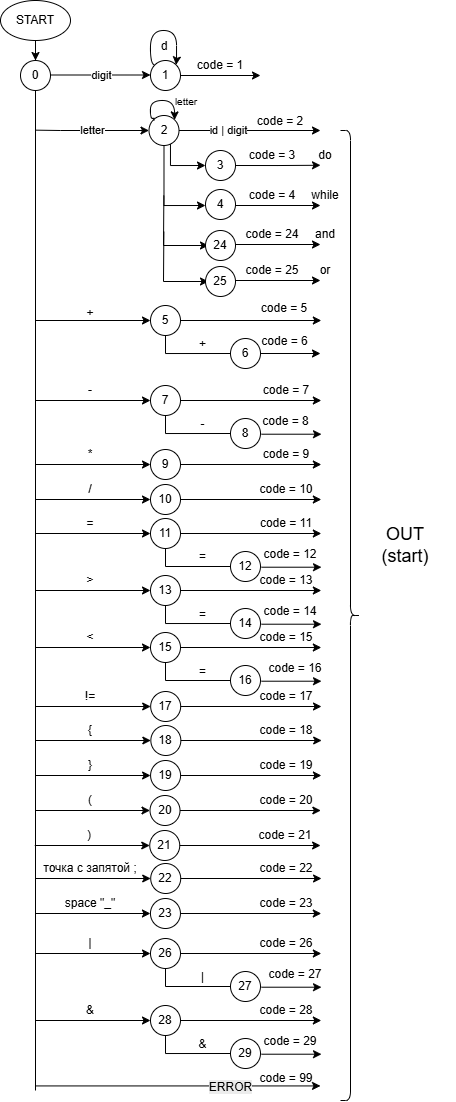
AlexandrVeiber/lab_TFYAK keeps this draw.io diagram as Screenshots/state_diagram1.png. Above is the earlier version. Source tidied: cells renumbered, new cells last; positions are measured from the earlier drawing's top-left corner, leaving out a move shared by most shapes.
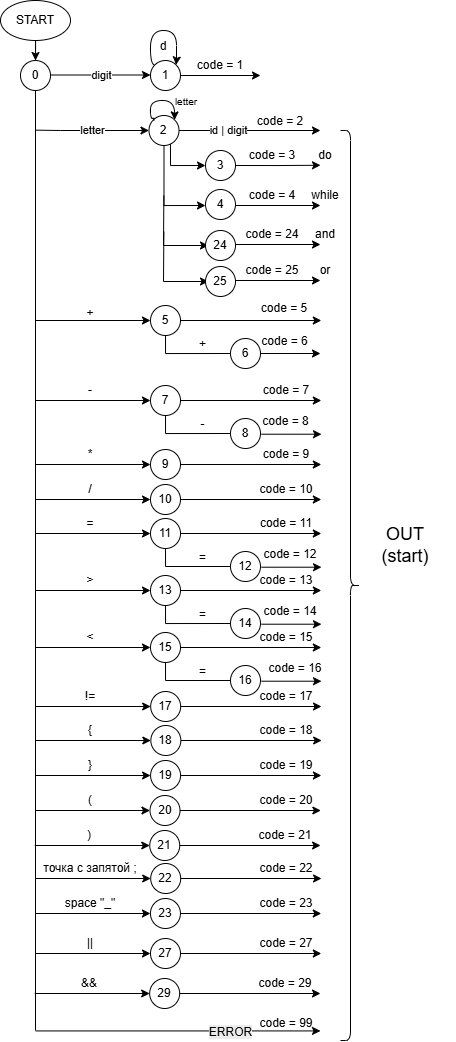
After the change.

The edit, as a diff of the source:
```diff
@@ -76,7 +76,7 @@
       <mxGeometry x="190" y="50" width="60" height="30" as="geometry" />
     </mxCell>
     <mxCell id="17" value="code = 99" style="text;html=1;whiteSpace=wrap;strokeColor=none;fillColor=none;align=center;verticalAlign=middle;rounded=0;" parent="1" vertex="1">
-      <mxGeometry x="256.1" y="1063" width="60" height="30" as="geometry" />
+      <mxGeometry x="256.1" y="1008" width="60" height="30" as="geometry" />
     </mxCell>
     <mxCell id="18" value="d" style="text;html=1;whiteSpace=wrap;strokeColor=none;fillColor=none;align=center;verticalAlign=middle;rounded=0;" parent="1" vertex="1">
       <mxGeometry x="133.5" y="31" width="60" height="30" as="geometry" />
@@ -97,7 +97,7 @@
     </mxCell>
     <mxCell id="22" style="endArrow=none;html=1;rounded=0;entryX=0.5;entryY=1;entryDx=0;entryDy=0;" parent="1" edge="1" target="4">
       <mxGeometry relative="1" as="geometry">
-        <mxPoint x="35" y="1090" as="sourcePoint" />
+        <mxPoint x="35" y="1030" as="sourcePoint" />
       </mxGeometry>
     </mxCell>
     <mxCell id="23" value="3" style="ellipse;whiteSpace=wrap;html=1;" parent="1" vertex="1">
@@ -550,8 +550,8 @@
     </mxCell>
     <mxCell id="127" style="endArrow=classic;html=1;rounded=0;" parent="1" edge="1">
       <mxGeometry relative="1" as="geometry">
-        <mxPoint x="35" y="1085.4" as="sourcePoint" />
-        <mxPoint x="320" y="1085.4" as="targetPoint" />
+        <mxPoint x="35" y="1030.4" as="sourcePoint" />
+        <mxPoint x="320" y="1030.4" as="targetPoint" />
       </mxGeometry>
     </mxCell>
     <mxCell id="128" value="&lt;span style=&quot;font-size: 12px; text-wrap-mode: wrap; background-color: rgb(236, 236, 236);&quot;&gt;ERROR&lt;/span&gt;" style="edgeLabel;html=1;align=center;verticalAlign=middle;" parent="127" vertex="1">
@@ -560,7 +560,7 @@
       </mxGeometry>
     </mxCell>
     <mxCell id="129" style="shape=curlyBracket;whiteSpace=wrap;html=1;rounded=1;flipH=1;labelPosition=right;verticalLabelPosition=middle;align=left;verticalAlign=middle;legacyAnchorPoints=0;" parent="1" vertex="1">
-      <mxGeometry x="340" y="130" width="20" height="970" as="geometry" />
+      <mxGeometry x="340" y="130" width="20" height="910" as="geometry" />
     </mxCell>
     <mxCell id="130" value="&lt;font style=&quot;font-size: 18px;&quot;&gt;OUT&lt;br&gt;(start)&lt;/font&gt;" style="text;html=1;whiteSpace=wrap;strokeColor=none;fillColor=none;align=center;verticalAlign=middle;rounded=0;" parent="1" vertex="1">
       <mxGeometry x="355" y="520" width="100" height="50" as="geometry" />
@@ -625,10 +625,10 @@
         <mxPoint x="150" y="953" as="targetPoint" />
       </mxGeometry>
     </mxCell>
-    <mxCell id="144" value="26" style="ellipse;whiteSpace=wrap;html=1;" parent="1" vertex="1">
+    <mxCell id="144" value="27" style="ellipse;whiteSpace=wrap;html=1;" parent="1" vertex="1">
       <mxGeometry x="150" y="938" width="30" height="30" as="geometry" />
     </mxCell>
-    <mxCell id="145" value="|" style="text;html=1;whiteSpace=wrap;strokeColor=none;fillColor=none;align=center;verticalAlign=middle;rounded=0;" parent="1" vertex="1">
+    <mxCell id="145" value="||" style="text;html=1;whiteSpace=wrap;strokeColor=none;fillColor=none;align=center;verticalAlign=middle;rounded=0;" parent="1" vertex="1">
       <mxGeometry x="80" y="933" width="20" height="20" as="geometry" />
     </mxCell>
     <mxCell id="146" style="edgeStyle=orthogonalEdgeStyle;rounded=0;orthogonalLoop=1;jettySize=auto;html=1;exitX=1;exitY=0.5;exitDx=0;exitDy=0;" parent="1" edge="1">
@@ -637,77 +637,29 @@
         <mxPoint x="320.8" y="953" as="targetPoint" />
       </mxGeometry>
     </mxCell>
-    <mxCell id="147" value="code = 26" style="text;html=1;whiteSpace=wrap;strokeColor=none;fillColor=none;align=center;verticalAlign=middle;rounded=0;" parent="1" vertex="1">
+    <mxCell id="147" value="code = 27" style="text;html=1;whiteSpace=wrap;strokeColor=none;fillColor=none;align=center;verticalAlign=middle;rounded=0;" parent="1" vertex="1">
       <mxGeometry x="256" y="928" width="60" height="30" as="geometry" />
     </mxCell>
-    <mxCell id="148" style="endArrow=none;html=1;rounded=0;edgeStyle=orthogonalEdgeStyle;exitX=0;exitY=0.5;exitDx=0;exitDy=0;entryX=0.5;entryY=1;entryDx=0;entryDy=0;" parent="1" edge="1">
-      <mxGeometry relative="1" as="geometry">
-        <mxPoint x="230" y="986" as="sourcePoint" />
-        <mxPoint x="165" y="968" as="targetPoint" />
-        <Array as="points">
-          <mxPoint x="165" y="986" />
-        </Array>
-      </mxGeometry>
-    </mxCell>
-    <mxCell id="149" value="27" style="ellipse;whiteSpace=wrap;html=1;" parent="1" vertex="1">
-      <mxGeometry x="230" y="971" width="30" height="30" as="geometry" />
-    </mxCell>
-    <mxCell id="150" value="|" style="text;html=1;whiteSpace=wrap;strokeColor=none;fillColor=none;align=center;verticalAlign=middle;rounded=0;" parent="1" vertex="1">
-      <mxGeometry x="189" y="971" width="27" height="11" as="geometry" />
-    </mxCell>
-    <mxCell id="151" style="endArrow=classic;html=1;rounded=0;exitX=1;exitY=0.5;exitDx=0;exitDy=0;" parent="1" edge="1">
-      <mxGeometry relative="1" as="geometry">
-        <mxPoint x="261" y="986.7" as="sourcePoint" />
-        <mxPoint x="321" y="986.7" as="targetPoint" />
-      </mxGeometry>
-    </mxCell>
-    <mxCell id="152" value="code = 27" style="text;html=1;whiteSpace=wrap;strokeColor=none;fillColor=none;align=center;verticalAlign=middle;rounded=0;" parent="1" vertex="1">
-      <mxGeometry x="260" y="965.7" width="70" height="17" as="geometry" />
-    </mxCell>
     <mxCell id="153" style="endArrow=classic;html=1;rounded=0;entryX=0;entryY=0.5;entryDx=0;entryDy=0;" parent="1" edge="1">
       <mxGeometry relative="1" as="geometry">
-        <mxPoint x="35" y="1020" as="sourcePoint" />
-        <mxPoint x="150" y="1020" as="targetPoint" />
+        <mxPoint x="34.2" y="993" as="sourcePoint" />
+        <mxPoint x="149.2" y="993" as="targetPoint" />
       </mxGeometry>
     </mxCell>
-    <mxCell id="154" value="28" style="ellipse;whiteSpace=wrap;html=1;" parent="1" vertex="1">
-      <mxGeometry x="150" y="1005" width="30" height="30" as="geometry" />
+    <mxCell id="154" value="29" style="ellipse;whiteSpace=wrap;html=1;" parent="1" vertex="1">
+      <mxGeometry x="149.2" y="978" width="30" height="30" as="geometry" />
     </mxCell>
-    <mxCell id="155" value="&amp;amp;" style="text;html=1;whiteSpace=wrap;strokeColor=none;fillColor=none;align=center;verticalAlign=middle;rounded=0;" parent="1" vertex="1">
-      <mxGeometry x="80" y="1000" width="20" height="20" as="geometry" />
+    <mxCell id="155" value="&amp;amp;&amp;amp;" style="text;html=1;whiteSpace=wrap;strokeColor=none;fillColor=none;align=center;verticalAlign=middle;rounded=0;" parent="1" vertex="1">
+      <mxGeometry x="79.2" y="973" width="20" height="20" as="geometry" />
     </mxCell>
     <mxCell id="156" style="edgeStyle=orthogonalEdgeStyle;rounded=0;orthogonalLoop=1;jettySize=auto;html=1;exitX=1;exitY=0.5;exitDx=0;exitDy=0;" parent="1" edge="1">
       <mxGeometry relative="1" as="geometry">
-        <mxPoint x="180" y="1020" as="sourcePoint" />
-        <mxPoint x="320.8" y="1020" as="targetPoint" />
+        <mxPoint x="179.2" y="993" as="sourcePoint" />
+        <mxPoint x="320" y="993" as="targetPoint" />
       </mxGeometry>
     </mxCell>
-    <mxCell id="157" value="code = 28" style="text;html=1;whiteSpace=wrap;strokeColor=none;fillColor=none;align=center;verticalAlign=middle;rounded=0;" parent="1" vertex="1">
-      <mxGeometry x="256" y="995" width="60" height="30" as="geometry" />
+    <mxCell id="157" value="code = 29" style="text;html=1;whiteSpace=wrap;strokeColor=none;fillColor=none;align=center;verticalAlign=middle;rounded=0;" parent="1" vertex="1">
+      <mxGeometry x="255.2" y="968" width="60" height="30" as="geometry" />
     </mxCell>
-    <mxCell id="158" style="endArrow=none;html=1;rounded=0;edgeStyle=orthogonalEdgeStyle;exitX=0;exitY=0.5;exitDx=0;exitDy=0;entryX=0.5;entryY=1;entryDx=0;entryDy=0;" parent="1" edge="1">
-      <mxGeometry relative="1" as="geometry">
-        <mxPoint x="230" y="1053" as="sourcePoint" />
-        <mxPoint x="165" y="1035" as="targetPoint" />
-        <Array as="points">
-          <mxPoint x="165" y="1053" />
-        </Array>
-      </mxGeometry>
-    </mxCell>
-    <mxCell id="159" value="29" style="ellipse;whiteSpace=wrap;html=1;" parent="1" vertex="1">
-      <mxGeometry x="230" y="1038" width="30" height="30" as="geometry" />
-    </mxCell>
-    <mxCell id="160" value="&amp;amp;" style="text;html=1;whiteSpace=wrap;strokeColor=none;fillColor=none;align=center;verticalAlign=middle;rounded=0;" parent="1" vertex="1">
-      <mxGeometry x="189" y="1038" width="27" height="11" as="geometry" />
-    </mxCell>
-    <mxCell id="161" style="endArrow=classic;html=1;rounded=0;exitX=1;exitY=0.5;exitDx=0;exitDy=0;" parent="1" edge="1">
-      <mxGeometry relative="1" as="geometry">
-        <mxPoint x="261" y="1053.7" as="sourcePoint" />
-        <mxPoint x="321" y="1053.7" as="targetPoint" />
-      </mxGeometry>
-    </mxCell>
-    <mxCell id="162" value="code = 29" style="text;html=1;whiteSpace=wrap;strokeColor=none;fillColor=none;align=center;verticalAlign=middle;rounded=0;" parent="1" vertex="1">
-      <mxGeometry x="255" y="1032.7" width="70" height="17" as="geometry" />
-    </mxCell>
   </root>
 </mxGraphModel>
```
